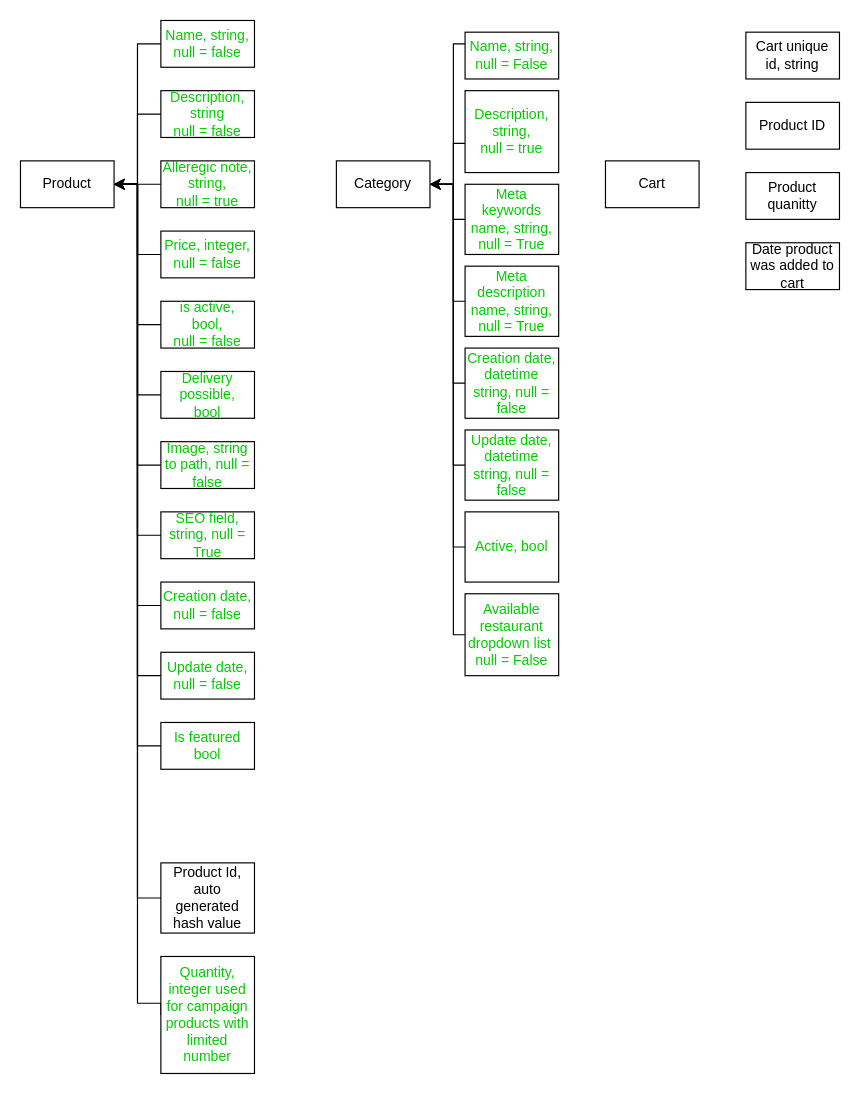
The draw.io diagram Untitled Diagram.drawio in JianDk/HD_website, before the edit. Source tidied: cells renumbered, new cells numbered last; positions are measured from the earlier drawing's top-left corner, leaving out a move shared by most shapes. Both pictures are drawn from the tidied source at 117%, with x=0, y=0 at pixel (20, 20).
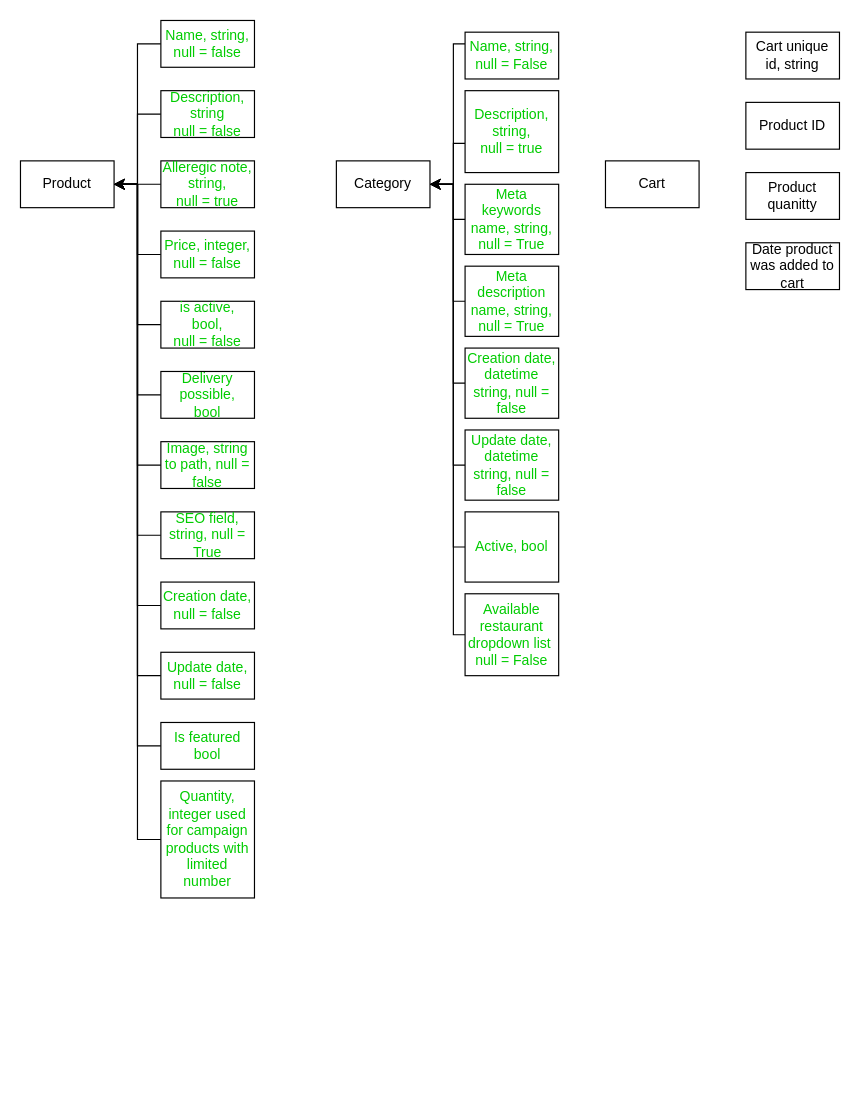
After the change.

Unchanged cells that the change refers to:
```xml
<mxCell id="2" value="Product" style="rounded=0;whiteSpace=wrap;html=1;" parent="1" vertex="1">
  <mxGeometry y="120" width="80" height="40" as="geometry" />
</mxCell>
```

The edit, as a diff of the source:
```diff
@@
-    <mxCell id="42" style="edgeStyle=orthogonalEdgeStyle;rounded=0;jettySize=auto;html=1;entryX=1;entryY=0.5;entryDx=0;entryDy=0;" parent="1" edge="1" source="43" target="2">
-      <mxGeometry relative="1" as="geometry" />
-    </mxCell>
-    <mxCell id="43" value="Product Id, auto generated hash value" style="rounded=0;whiteSpace=wrap;html=1;" parent="1" vertex="1">
-      <mxGeometry x="120" y="720" width="80" height="60" as="geometry" />
-    </mxCell>
@@
     <mxCell id="49" style="edgeStyle=orthogonalEdgeStyle;rounded=0;jettySize=auto;html=1;exitX=0;exitY=0.5;exitDx=0;exitDy=0;" parent="1" edge="1" source="50">
       <mxGeometry relative="1" as="geometry">
         <mxPoint x="80" y="140" as="targetPoint" />
         <Array as="points">
-          <mxPoint x="120" y="840" />
-          <mxPoint x="100" y="840" />
+          <mxPoint x="100" y="700" />
           <mxPoint x="100" y="140" />
         </Array>
       </mxGeometry>
     </mxCell>
     <mxCell id="50" value="&lt;font color=&quot;#00cc00&quot;&gt;Quantity, integer used for campaign products with limited number&lt;/font&gt;" style="rounded=0;whiteSpace=wrap;html=1;" parent="1" vertex="1">
-      <mxGeometry x="120" y="800" width="80" height="100" as="geometry" />
+      <mxGeometry x="120" y="650" width="80" height="100" as="geometry" />
     </mxCell>
```
